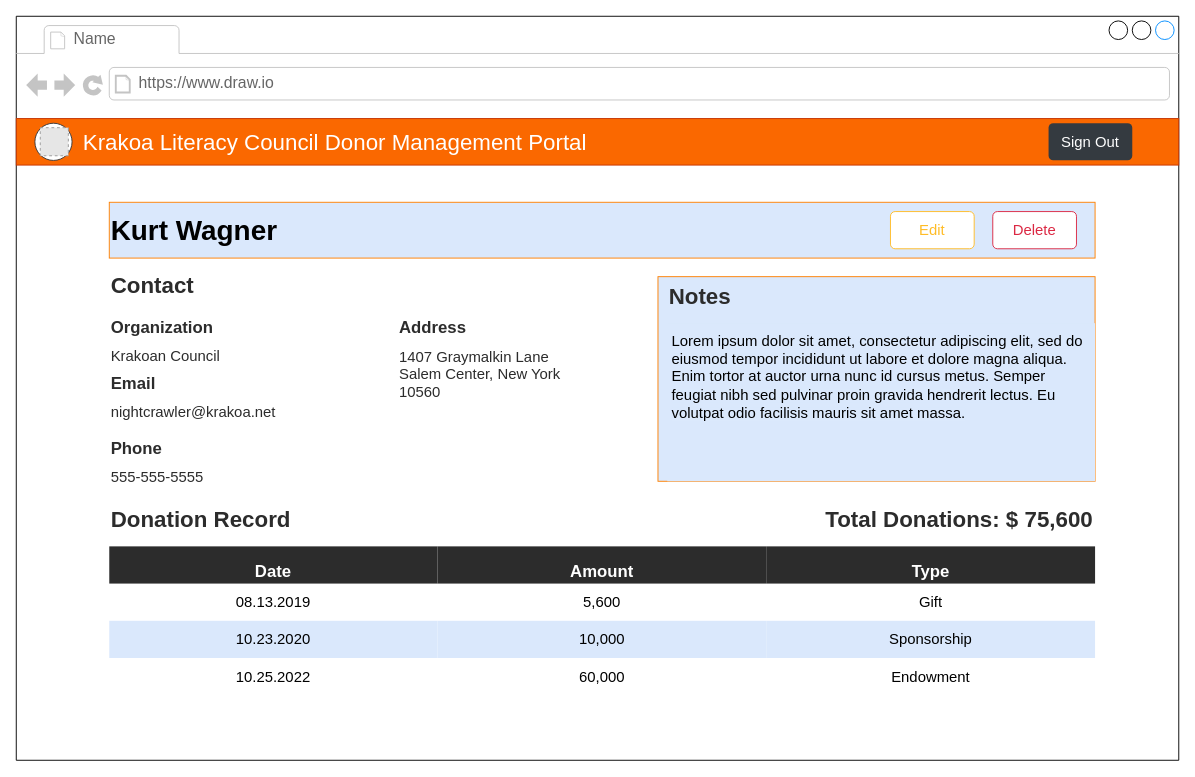
Above: page "ViewDonor" (5 of 7) of docs/donor-tracker-mock.drawio in CaseyPitman/Donor-Management-Portal (draw.io), before the change. Source tidied: cells renumbered, new cells numbered last; positions are measured from the earlier drawing's top-left corner, leaving out a move shared by most shapes. Both pictures are drawn from the tidied source at 93%, with x=0, y=0 at pixel (16, 16). Pictures stored in the file or linked from it are replaced by grey dashed boxes.
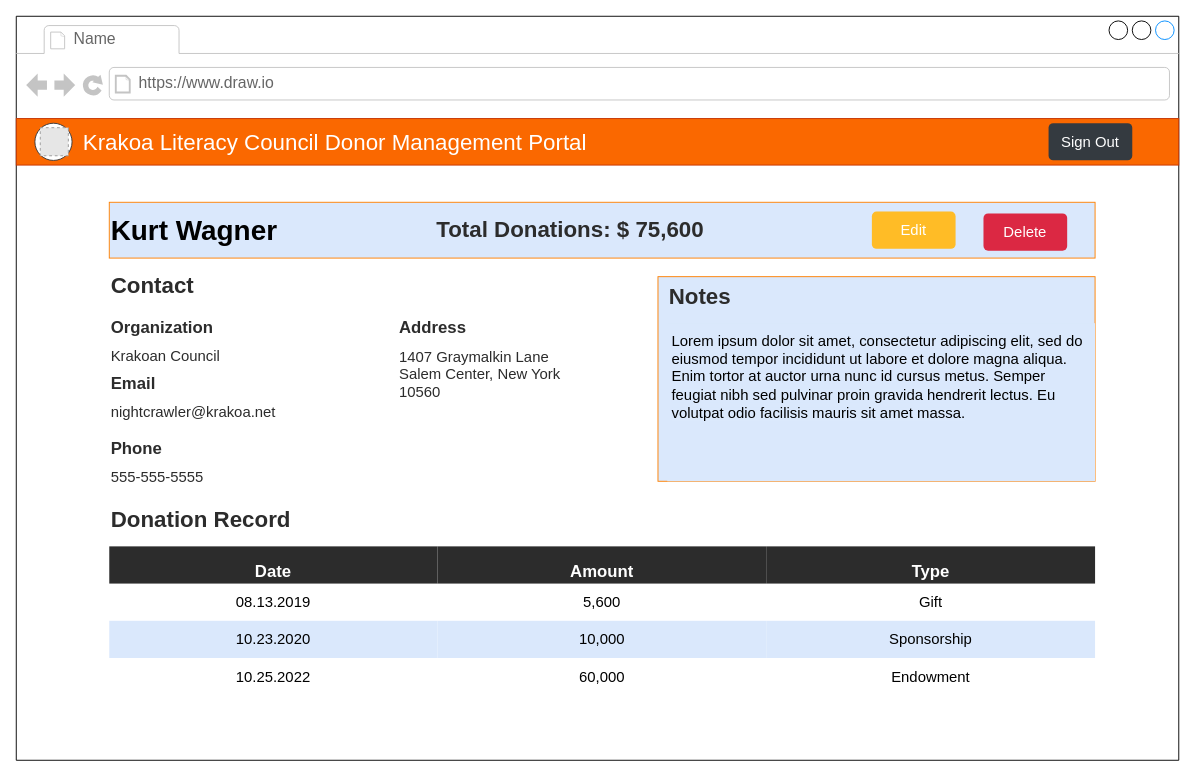
The same page after the edit.

What changed in the source:
```diff
@@
-    <mxCell id="2" style="strokeWidth=1;shadow=0;dashed=0;align=center;html=1;shape=mxgraph.mockup.containers.browserWindow;rSize=0;strokeColor2=#008cff;strokeColor3=#c4c4c4;mainText=,;" parent="1" vertex="1">
+    <mxCell id="2" style="strokeWidth=1;shadow=0;dashed=0;align=left;html=1;shape=mxgraph.mockup.containers.browserWindow;rSize=0;strokeColor2=#008cff;strokeColor3=#c4c4c4;mainText=,;" parent="1" vertex="1">
       <mxGeometry width="1250" height="800" as="geometry" />
     </mxCell>
@@
     <mxCell id="10" style="rounded=0;whiteSpace=wrap;html=1;align=left;strokeColor=none;" parent="2" vertex="1">
-      <mxGeometry x="70" y="200" width="1120" height="550" as="geometry" />
+      <mxGeometry x="70" y="201" width="1120" height="550" as="geometry" />
     </mxCell>
@@
-    <mxCell id="12" value="Delete" style="html=1;shadow=0;dashed=0;shape=mxgraph.bootstrap.rrect;rSize=5;strokeColor=#DB2843;strokeWidth=1;fontColor=#DB2843;whiteSpace=wrap;align=center;verticalAlign=middle;spacingLeft=0;fontStyle=0;fontSize=16;spacing=5;rounded=0;fillColor=#FFFFFF;" parent="2" vertex="1">
-      <mxGeometry x="1050" y="210" width="90" height="40" as="geometry" />
-    </mxCell>
-    <mxCell id="13" value="Edit" style="html=1;shadow=0;dashed=0;shape=mxgraph.bootstrap.rrect;rSize=5;strokeColor=#FFBC26;strokeWidth=1;fontColor=#FFBC26;whiteSpace=wrap;align=center;verticalAlign=middle;spacingLeft=0;fontStyle=0;fontSize=16;spacing=5;rounded=0;fillColor=#FFFFFF;" parent="2" vertex="1">
-      <mxGeometry x="940" y="210" width="90" height="40" as="geometry" />
-    </mxCell>
@@
-    <mxCell id="37" value="&lt;h1&gt;Total Donations: $ 75,600&lt;/h1&gt;" style="text;html=1;strokeColor=none;fillColor=none;align=right;verticalAlign=middle;whiteSpace=wrap;rounded=0;fontColor=#2C2C2C;" parent="2" vertex="1">
-      <mxGeometry x="700" y="517" width="460" height="50" as="geometry" />
+    <mxCell id="37" value="&lt;h1&gt;Total Donations: $ 75,600&lt;/h1&gt;" style="text;html=1;strokeColor=none;fillColor=none;align=left;verticalAlign=middle;whiteSpace=wrap;rounded=0;fontColor=#2C2C2C;" parent="2" vertex="1">
+      <mxGeometry x="450" y="205" width="460" height="50" as="geometry" />
     </mxCell>
@@
+    <mxCell id="13" value="Edit" style="html=1;shadow=0;dashed=0;shape=mxgraph.bootstrap.rrect;rSize=5;strokeColor=none;strokeWidth=1;fillColor=#FFBC26;fontColor=#FFFFFF;whiteSpace=wrap;align=center;verticalAlign=middle;spacingLeft=0;fontStyle=0;fontSize=16;spacing=5;rounded=0;labelBackgroundColor=none;" parent="2" vertex="1">
+      <mxGeometry x="920" y="210" width="90" height="40" as="geometry" />
+    </mxCell>
+    <mxCell id="12" value="Delete" style="html=1;shadow=0;dashed=0;shape=mxgraph.bootstrap.rrect;rSize=5;strokeColor=none;strokeWidth=1;fillColor=#DB2843;fontColor=#FFFFFF;whiteSpace=wrap;align=center;verticalAlign=middle;spacingLeft=0;fontStyle=0;fontSize=16;spacing=5;rounded=0;labelBackgroundColor=none;" parent="2" vertex="1">
+      <mxGeometry x="1040" y="212" width="90" height="40" as="geometry" />
+    </mxCell>
```
